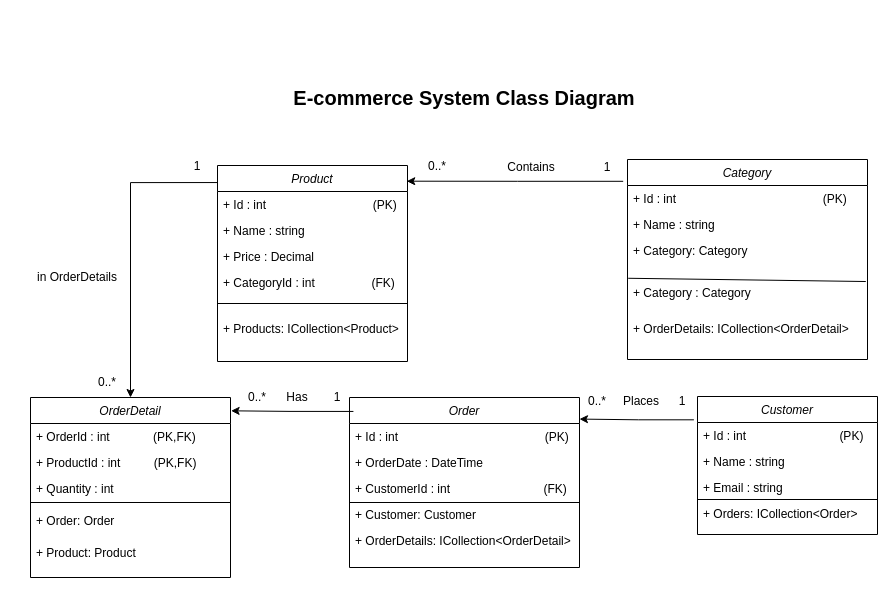
Earlier version of the draw.io diagram Class Diagram.drawio (3bdlmwgood/Depi_EFCore_ECommerceSystem). Source tidied: cells renumbered, new cells numbered last; positions are measured from the earlier drawing's top-left corner, leaving out a move shared by most shapes. Both pictures are drawn from the tidied source at 100%, with x=0, y=0 at pixel (17, 82).
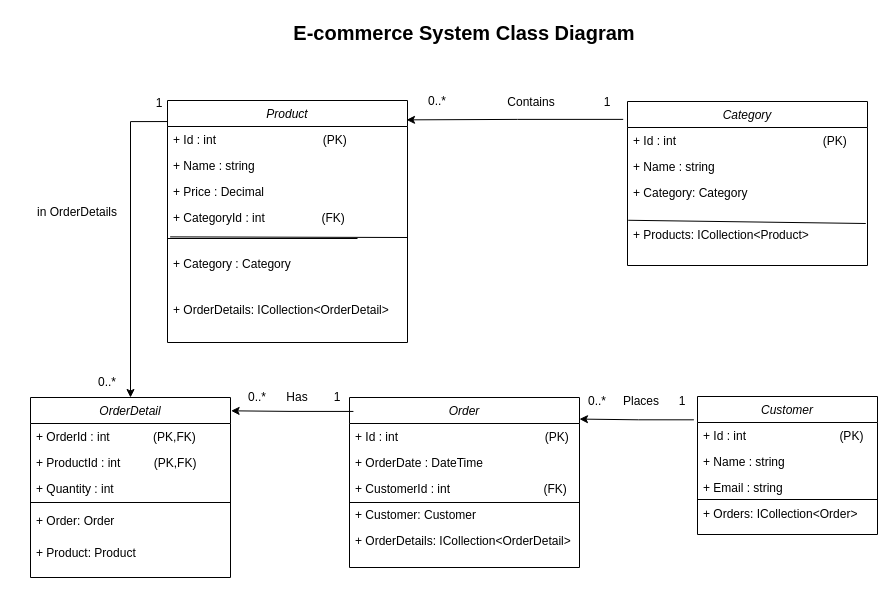
The same page after the edit.

Commit message (it also covers changes not shown here):
edit Class Diagram

The change refers to these unchanged cells:
```xml
<mxCell id="13" value="+ Category: Category" style="text;align=left;verticalAlign=top;spacingLeft=4;spacingRight=4;overflow=hidden;points=[[0,0.5],[1,0.5]];portConstraint=eastwest;rounded=0;shadow=0;html=0;" parent="10" vertex="1">
  <mxGeometry y="78" width="240" height="42" as="geometry" />
</mxCell>
```

The edit, as a diff of the source:
```diff
@@
     <mxCell id="2" value="Product" style="swimlane;fontStyle=2;align=center;verticalAlign=top;horizontal=1;startSize=26;rounded=0;shadow=0;strokeWidth=1;" parent="1" vertex="1">
-      <mxGeometry x="200" y="83" width="190" height="196" as="geometry" />
+      <mxGeometry x="150" y="18" width="240" height="242" as="geometry" />
     </mxCell>
     <mxCell id="3" value="+ Id : int                                (PK)" style="text;align=left;verticalAlign=top;spacingLeft=4;spacingRight=4;overflow=hidden;" parent="2" vertex="1">
-      <mxGeometry y="26" width="190" height="26" as="geometry" />
+      <mxGeometry y="26" width="240" height="26" as="geometry" />
     </mxCell>
     <mxCell id="4" value="+ Name : string" style="text;align=left;verticalAlign=top;spacingLeft=4;spacingRight=4;overflow=hidden;rounded=0;shadow=0;html=0;" parent="2" vertex="1">
-      <mxGeometry y="52" width="190" height="26" as="geometry" />
+      <mxGeometry y="52" width="240" height="26" as="geometry" />
     </mxCell>
     <mxCell id="5" value="+ Price : Decimal" style="text;align=left;verticalAlign=top;spacingLeft=4;spacingRight=4;overflow=hidden;rounded=0;shadow=0;html=0;" parent="2" vertex="1">
-      <mxGeometry y="78" width="190" height="26" as="geometry" />
+      <mxGeometry y="78" width="240" height="26" as="geometry" />
     </mxCell>
@@
     <mxCell id="7" value="+ CategoryId : int                 (FK)" style="text;align=left;verticalAlign=top;spacingLeft=4;spacingRight=4;overflow=hidden;points=[[0,0.5],[1,0.5]];portConstraint=eastwest;rounded=0;shadow=0;html=0;" parent="2" vertex="1">
-      <mxGeometry y="104" width="190" height="46" as="geometry" />
+      <mxGeometry y="104" width="240" height="46" as="geometry" />
     </mxCell>
+    <mxCell id="53" style="endArrow=none;html=1;rounded=0;exitX=0.011;exitY=0.704;exitDx=0;exitDy=0;exitPerimeter=0;" parent="2" edge="1" source="7">
+      <mxGeometry relative="1" as="geometry">
+        <mxPoint x="240" y="137" as="targetPoint" />
+      </mxGeometry>
+    </mxCell>
-    <mxCell id="8" value="+ Products: ICollection&lt;Product&gt;" style="text;align=left;verticalAlign=top;spacingLeft=4;spacingRight=4;overflow=hidden;rounded=0;shadow=0;html=0;" parent="2" vertex="1">
-      <mxGeometry y="150" width="190" height="46" as="geometry" />
+    <mxCell id="8" value="+ Category : Category" style="text;align=left;verticalAlign=top;spacingLeft=4;spacingRight=4;overflow=hidden;rounded=0;shadow=0;html=0;" parent="2" vertex="1">
+      <mxGeometry y="150" width="240" height="46" as="geometry" />
     </mxCell>
+    <mxCell id="54" value="+ OrderDetails: ICollection&lt;OrderDetail&gt;" style="text;align=left;verticalAlign=top;spacingLeft=4;spacingRight=4;overflow=hidden;rounded=0;shadow=0;html=0;" parent="2" vertex="1">
+      <mxGeometry y="196" width="240" height="46" as="geometry" />
+    </mxCell>
     <mxCell id="9" value="&lt;b&gt;&lt;font style=&quot;font-size: 20px;&quot;&gt;E-commerce System Class Diagram&lt;/font&gt;&lt;/b&gt;" style="text;html=1;whiteSpace=wrap;strokeColor=none;fillColor=none;align=center;verticalAlign=middle;rounded=0;" parent="1" vertex="1">
-      <mxGeometry x="237" width="420" height="30" as="geometry" />
+      <mxGeometry x="237" y="-65" width="420" height="30" as="geometry" />
     </mxCell>
     <mxCell id="10" value="Category" style="swimlane;fontStyle=2;align=center;verticalAlign=top;horizontal=1;startSize=26;rounded=0;shadow=0;strokeWidth=1;" parent="1" vertex="1">
-      <mxGeometry x="610" y="77" width="240" height="200" as="geometry" />
+      <mxGeometry x="610" y="19" width="240" height="164" as="geometry" />
     </mxCell>
@@
-    <mxCell id="14" style="endArrow=none;html=1;rounded=0;entryX=0.993;entryY=0.056;entryDx=0;entryDy=0;entryPerimeter=0;exitX=0.003;exitY=0.971;exitDx=0;exitDy=0;exitPerimeter=0;" parent="10" edge="1" source="13" target="15">
-      <mxGeometry relative="1" as="geometry" />
+    <mxCell id="14" style="endArrow=none;html=1;rounded=0;entryX=0.993;entryY=0.056;entryDx=0;entryDy=0;entryPerimeter=0;exitX=0.003;exitY=0.971;exitDx=0;exitDy=0;exitPerimeter=0;" parent="10" edge="1" source="13">
+      <mxGeometry relative="1" as="geometry">
+        <mxPoint x="238.3" y="122" as="targetPoint" />
+      </mxGeometry>
     </mxCell>
-    <mxCell id="15" value="+ Category : Category" style="text;align=left;verticalAlign=top;spacingLeft=4;spacingRight=4;overflow=hidden;points=[[0,0.5],[1,0.5]];portConstraint=eastwest;rounded=0;shadow=0;html=0;" parent="10" vertex="1">
-      <mxGeometry y="120" width="240" height="36" as="geometry" />
-    </mxCell>
-    <mxCell id="16" value="+ OrderDetails: ICollection&lt;OrderDetail&gt;" style="text;align=left;verticalAlign=top;spacingLeft=4;spacingRight=4;overflow=hidden;rounded=0;shadow=0;html=0;" parent="10" vertex="1">
-      <mxGeometry y="156" width="240" height="44" as="geometry" />
+    <mxCell id="16" value="+ Products: ICollection&lt;Product&gt;" style="text;align=left;verticalAlign=top;spacingLeft=4;spacingRight=4;overflow=hidden;rounded=0;shadow=0;html=0;" parent="10" vertex="1">
+      <mxGeometry y="120" width="240" height="44" as="geometry" />
     </mxCell>
@@
     <mxCell id="37" value="0..*" style="text;html=1;whiteSpace=wrap;strokeColor=none;fillColor=none;align=center;verticalAlign=middle;rounded=0;" parent="1" vertex="1">
-      <mxGeometry x="390" y="69" width="60" height="30" as="geometry" />
+      <mxGeometry x="390" y="4" width="60" height="30" as="geometry" />
     </mxCell>
     <mxCell id="38" value="1" style="text;html=1;whiteSpace=wrap;strokeColor=none;fillColor=none;align=center;verticalAlign=middle;rounded=0;" parent="1" vertex="1">
-      <mxGeometry x="560" y="70" width="60" height="30" as="geometry" />
+      <mxGeometry x="560" y="5" width="60" height="30" as="geometry" />
     </mxCell>
@@
     <mxCell id="42" value="Contains" style="text;html=1;whiteSpace=wrap;strokeColor=none;fillColor=none;align=center;verticalAlign=middle;rounded=0;" parent="1" vertex="1">
-      <mxGeometry x="484" y="70" width="60" height="30" as="geometry" />
+      <mxGeometry x="484" y="5" width="60" height="30" as="geometry" />
     </mxCell>
@@
     <mxCell id="50" value="1" style="text;html=1;whiteSpace=wrap;strokeColor=none;fillColor=none;align=center;verticalAlign=middle;rounded=0;" parent="1" vertex="1">
-      <mxGeometry x="150" y="69" width="60" height="30" as="geometry" />
+      <mxGeometry x="112" y="6" width="60" height="30" as="geometry" />
     </mxCell>
@@
     <mxCell id="52" value="in OrderDetails" style="text;html=1;whiteSpace=wrap;strokeColor=none;fillColor=none;align=center;verticalAlign=middle;rounded=0;" parent="1" vertex="1">
-      <mxGeometry y="180" width="120" height="30" as="geometry" />
+      <mxGeometry y="115" width="120" height="30" as="geometry" />
     </mxCell>
```
